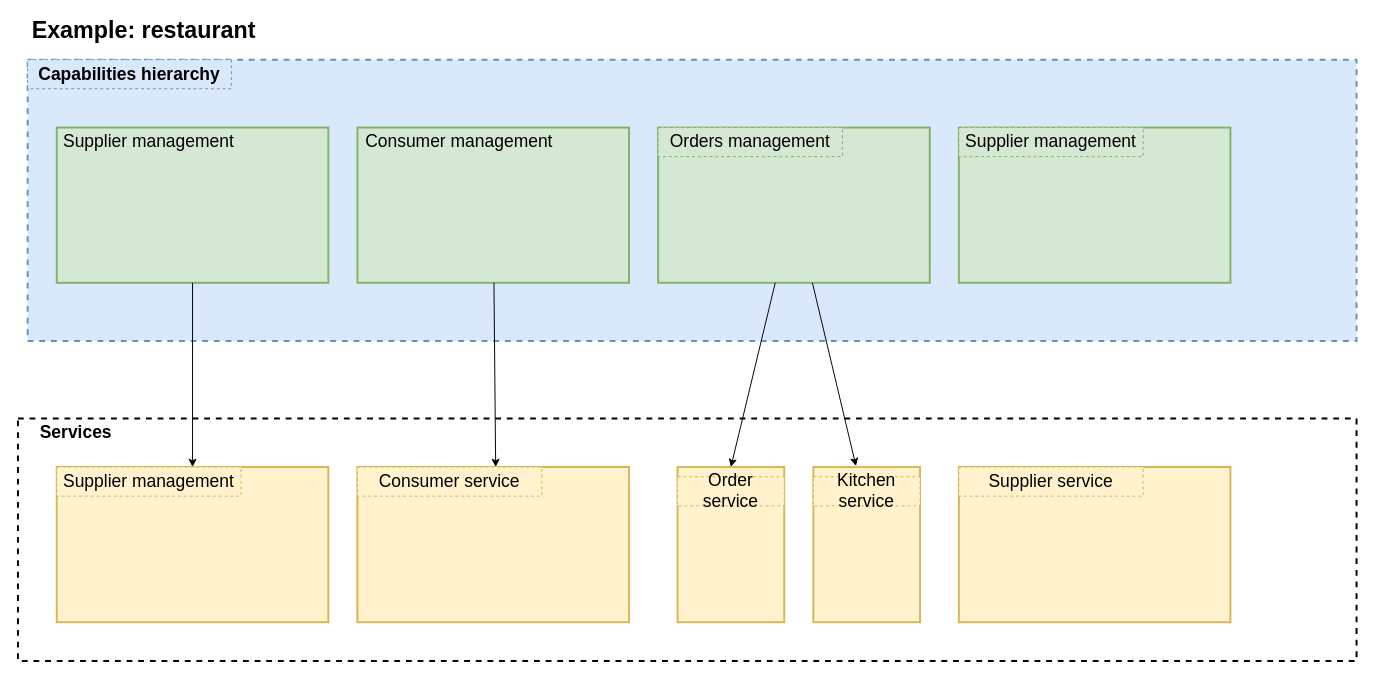
kayaman/diagrams keeps this draw.io diagram as page "by-business-capability" (1 of 2) of decompositions.drawio. Above is the earlier version. Source tidied: cells renumbered, new cells numbered last; positions are measured from the earlier drawing's top-left corner, leaving out a move shared by most shapes. Both pictures are drawn from the tidied source at 97%, with x=0, y=0 at pixel (17, 20).
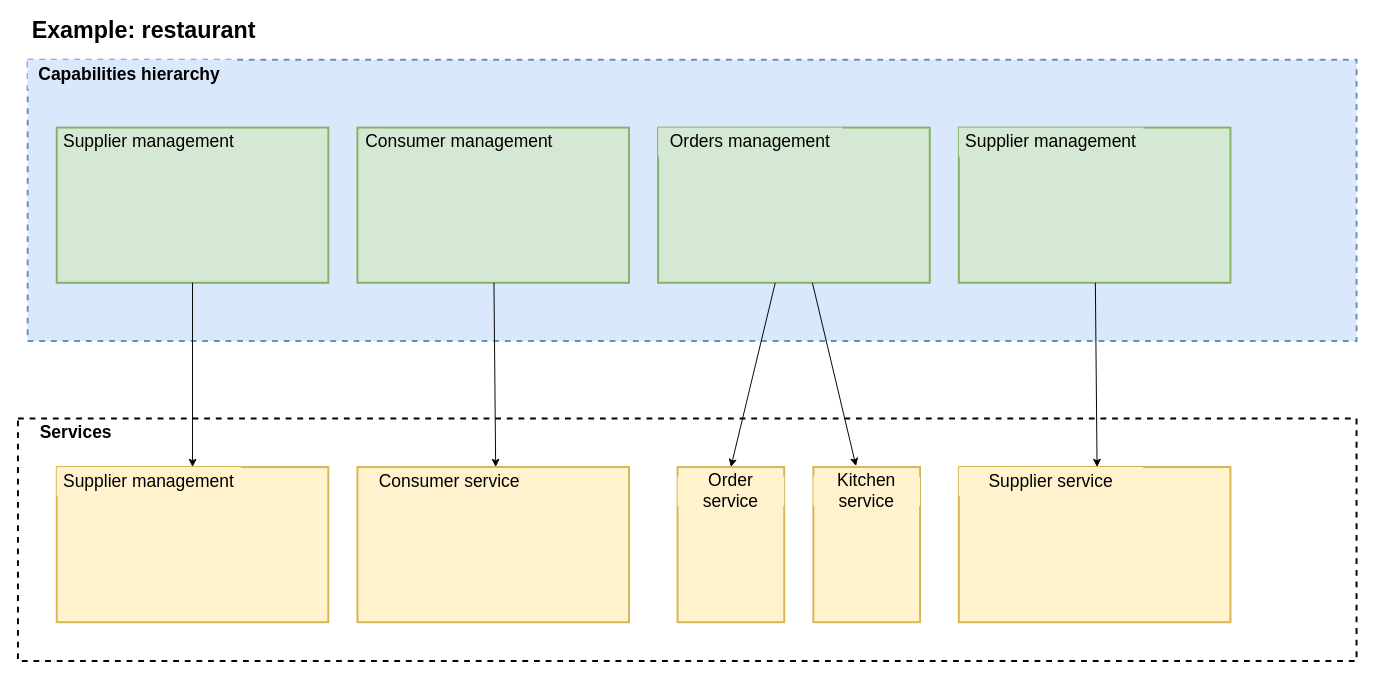
After the change.

The change refers to these unchanged cells:
```xml
<mxCell id="12" style="group;fillColor=#d5e8d4;strokeColor=#82b366;" parent="1" vertex="1">
  <mxGeometry x="970" y="110" width="280" height="160" as="geometry" />
</mxCell>
<mxCell id="13" style="rounded=0;whiteSpace=wrap;html=1;strokeWidth=2;fillColor=#d5e8d4;strokeColor=#82b366;" parent="12" vertex="1">
  <mxGeometry width="280" height="160" as="geometry" />
</mxCell>
<mxCell id="16" style="group;fillColor=#d5e8d4;strokeColor=#82b366;" parent="1" vertex="1">
  <mxGeometry x="660" y="110" width="280" height="160" as="geometry" />
</mxCell>
<mxCell id="19" style="group;fillColor=#fff2cc;strokeColor=#d6b656;" parent="1" vertex="1">
  <mxGeometry x="40" y="460" width="280" height="160" as="geometry" />
</mxCell>
<mxCell id="22" style="group;fillColor=#f8cecc;strokeColor=#b85450;" parent="1" vertex="1">
  <mxGeometry x="970" y="460" width="280" height="160" as="geometry" />
</mxCell>
```

The edit, as a diff of the source:
```diff
@@
-    <mxCell id="3" value="&lt;font style=&quot;font-size: 18px&quot;&gt;&lt;b&gt;Capabilities hierarchy&lt;/b&gt;&lt;/font&gt;" style="text;html=1;strokeColor=#6c8ebf;fillColor=#dae8fc;align=center;verticalAlign=middle;whiteSpace=wrap;rounded=0;dashed=1;" parent="1" vertex="1">
+    <mxCell id="3" value="&lt;font style=&quot;font-size: 18px&quot;&gt;&lt;b&gt;Capabilities hierarchy&lt;/b&gt;&lt;/font&gt;" style="text;html=1;fillColor=#dae8fc;align=center;verticalAlign=middle;whiteSpace=wrap;rounded=0;dashed=1;" parent="1" vertex="1">
       <mxGeometry x="10" y="40" width="210" height="30" as="geometry" />
     </mxCell>
@@
-    <mxCell id="14" value="&lt;font style=&quot;font-size: 18px&quot;&gt;Supplier management&lt;/font&gt;" style="text;html=1;strokeColor=#82b366;fillColor=#d5e8d4;align=center;verticalAlign=middle;whiteSpace=wrap;rounded=0;dashed=1;fontSize=16;" parent="12" vertex="1">
+    <mxCell id="14" value="&lt;font style=&quot;font-size: 18px&quot;&gt;Supplier management&lt;/font&gt;" style="text;html=1;fillColor=#d5e8d4;align=center;verticalAlign=middle;whiteSpace=wrap;rounded=0;dashed=1;fontSize=16;" parent="12" vertex="1">
       <mxGeometry width="190" height="30" as="geometry" />
     </mxCell>
@@
-    <mxCell id="18" value="&lt;font style=&quot;font-size: 18px&quot;&gt;Orders management&lt;/font&gt;" style="text;html=1;strokeColor=#82b366;fillColor=#d5e8d4;align=center;verticalAlign=middle;whiteSpace=wrap;rounded=0;dashed=1;fontSize=16;" parent="16" vertex="1">
+    <mxCell id="18" value="&lt;font style=&quot;font-size: 18px&quot;&gt;Orders management&lt;/font&gt;" style="text;html=1;fillColor=#d5e8d4;align=center;verticalAlign=middle;whiteSpace=wrap;rounded=0;dashed=1;fontSize=16;" parent="16" vertex="1">
       <mxGeometry width="190" height="30" as="geometry" />
     </mxCell>
@@
-    <mxCell id="21" value="&lt;font style=&quot;font-size: 18px&quot;&gt;Supplier management&lt;/font&gt;" style="text;html=1;strokeColor=#d6b656;fillColor=#fff2cc;align=center;verticalAlign=middle;whiteSpace=wrap;rounded=0;dashed=1;fontSize=16;" parent="19" vertex="1">
+    <mxCell id="21" value="&lt;font style=&quot;font-size: 18px&quot;&gt;Supplier management&lt;/font&gt;" style="text;html=1;fillColor=#fff2cc;align=center;verticalAlign=middle;whiteSpace=wrap;rounded=0;dashed=1;fontSize=16;" parent="19" vertex="1">
       <mxGeometry width="190" height="30" as="geometry" />
     </mxCell>
@@
-    <mxCell id="24" value="&lt;font style=&quot;font-size: 18px&quot;&gt;Supplier service&lt;/font&gt;" style="text;html=1;strokeColor=#d6b656;fillColor=#fff2cc;align=center;verticalAlign=middle;whiteSpace=wrap;rounded=0;dashed=1;fontSize=16;" parent="22" vertex="1">
+    <mxCell id="24" value="&lt;font style=&quot;font-size: 18px&quot;&gt;Supplier service&lt;/font&gt;" style="text;html=1;fillColor=#fff2cc;align=center;verticalAlign=middle;whiteSpace=wrap;rounded=0;dashed=1;fontSize=16;" parent="22" vertex="1">
       <mxGeometry width="190" height="30" as="geometry" />
     </mxCell>
-    <mxCell id="25" style="group;fillColor=#f8cecc;strokeColor=#b85450;" parent="1" vertex="1">
+    <mxCell id="25" style="group;fillColor=#f8cecc;strokeColor=#b85450;strokeWidth=0;" parent="1" vertex="1">
       <mxGeometry x="350" y="460" width="280" height="160" as="geometry" />
     </mxCell>
@@
-    <mxCell id="27" value="&lt;font style=&quot;font-size: 18px&quot;&gt;Consumer service&lt;/font&gt;" style="text;html=1;strokeColor=#d6b656;fillColor=#fff2cc;align=center;verticalAlign=middle;whiteSpace=wrap;rounded=0;dashed=1;fontSize=16;" parent="25" vertex="1">
+    <mxCell id="27" value="&lt;font style=&quot;font-size: 18px&quot;&gt;Consumer service&lt;/font&gt;" style="text;html=1;align=center;verticalAlign=middle;whiteSpace=wrap;rounded=0;dashed=1;fontSize=16;" parent="25" vertex="1">
       <mxGeometry width="190" height="30" as="geometry" />
     </mxCell>
@@
-    <mxCell id="30" value="&lt;font style=&quot;font-size: 18px&quot;&gt;Order service&lt;/font&gt;" style="text;html=1;strokeColor=#d6b656;fillColor=#fff2cc;align=center;verticalAlign=middle;whiteSpace=wrap;rounded=0;dashed=1;fontSize=16;" parent="1" vertex="1">
+    <mxCell id="30" value="&lt;font style=&quot;font-size: 18px&quot;&gt;Order service&lt;/font&gt;" style="text;html=1;fillColor=#fff2cc;align=center;verticalAlign=middle;whiteSpace=wrap;rounded=0;dashed=1;fontSize=16;" parent="1" vertex="1">
       <mxGeometry x="680" y="470" width="110" height="30" as="geometry" />
     </mxCell>
@@
-    <mxCell id="32" value="&lt;font style=&quot;font-size: 18px&quot;&gt;Kitchen service&lt;/font&gt;" style="text;html=1;strokeColor=#d6b656;fillColor=#fff2cc;align=center;verticalAlign=middle;whiteSpace=wrap;rounded=0;dashed=1;fontSize=16;" parent="1" vertex="1">
+    <mxCell id="32" value="&lt;font style=&quot;font-size: 18px&quot;&gt;Kitchen service&lt;/font&gt;" style="text;html=1;fillColor=#fff2cc;align=center;verticalAlign=middle;whiteSpace=wrap;rounded=0;dashed=1;fontSize=16;" parent="1" vertex="1">
       <mxGeometry x="820" y="470" width="110" height="30" as="geometry" />
     </mxCell>
@@
+    <mxCell id="36" style="edgeStyle=none;rounded=0;jettySize=auto;html=1;entryX=0.75;entryY=0;entryDx=0;entryDy=0;" parent="1" edge="1" source="13" target="24">
+      <mxGeometry relative="1" as="geometry" />
+    </mxCell>
```
